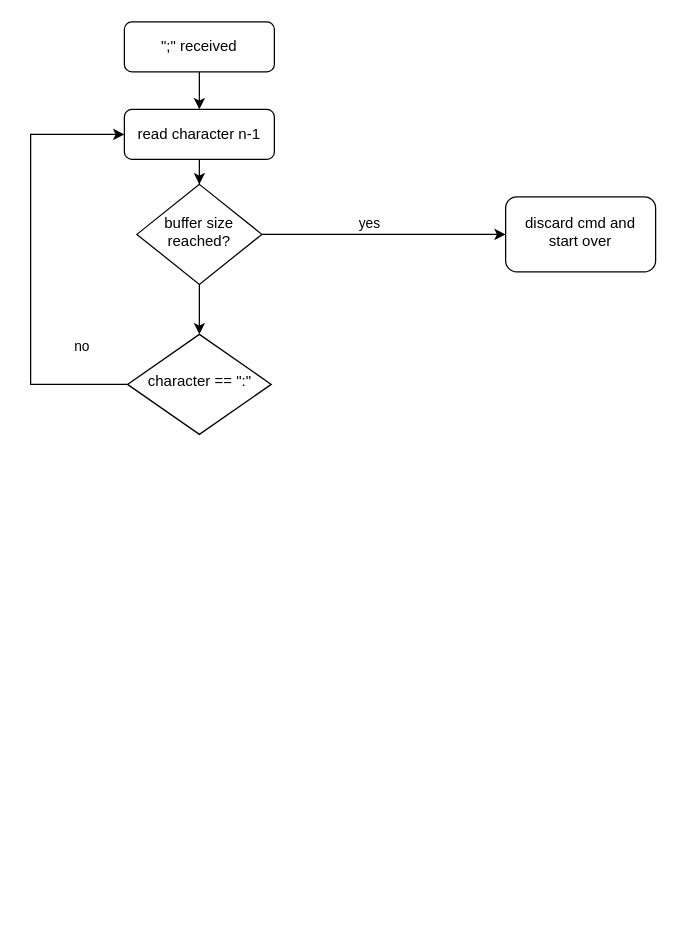
jpribyslavsky/g-amp keeps this draw.io diagram as Untitled Diagram.drawio. Above is the earlier version. Source tidied: cells renumbered, new cells numbered last; positions are measured from the earlier drawing's top-left corner, leaving out a move shared by most shapes. Both pictures are drawn from the tidied source at 125%, with x=0, y=0 at pixel (30, 21).
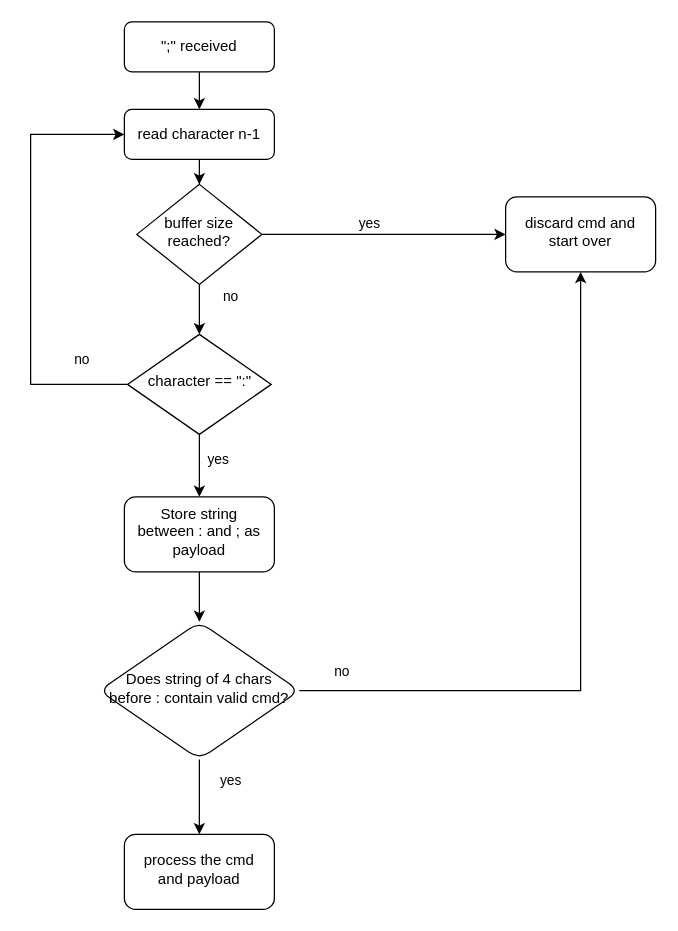
The same page after the edit.

The change refers to these unchanged cells:
```xml
<mxCell id="7" value="buffer size reached?" style="rhombus;whiteSpace=wrap;html=1;shadow=0;fontFamily=Helvetica;fontSize=12;align=center;strokeWidth=1;spacing=6;spacingTop=-4;" parent="1" vertex="1">
  <mxGeometry x="85" y="130" width="100" height="80" as="geometry" />
</mxCell>
<mxCell id="10" value="discard cmd and start over" style="rounded=1;whiteSpace=wrap;html=1;shadow=0;strokeWidth=1;spacing=6;spacingTop=-4;" parent="1" vertex="1">
  <mxGeometry x="380" y="140" width="120" height="60" as="geometry" />
</mxCell>
<mxCell id="11" style="edgeStyle=orthogonalEdgeStyle;rounded=0;jettySize=auto;html=1;entryX=1;entryY=0.5;entryDx=0;entryDy=0;exitX=0;exitY=0.5;exitDx=0;exitDy=0;" parent="1" edge="1" source="13" target="9">
  <mxGeometry relative="1" as="geometry">
    <Array as="points">
      <mxPoint y="290" />
      <mxPoint y="90" />
    </Array>
  </mxGeometry>
</mxCell>
<mxCell id="13" value="character == &quot;:&quot;" style="rhombus;whiteSpace=wrap;html=1;shadow=0;strokeWidth=1;spacing=6;spacingTop=-4;" parent="1" vertex="1">
  <mxGeometry x="77.5" y="250" width="115" height="80" as="geometry" />
</mxCell>
```

Change to the diagram source:
```diff
@@
-    <mxCell id="6" style="edgeStyle=orthogonalEdgeStyle;rounded=0;jettySize=auto;html=1;" parent="1" edge="1" source="7" target="13">
-      <mxGeometry relative="1" as="geometry" />
+    <mxCell id="6" value="no" style="edgeStyle=orthogonalEdgeStyle;rounded=0;jettySize=auto;html=1;" parent="1" edge="1" source="7" target="13">
+      <mxGeometry x="-0.5" y="25" relative="1" as="geometry" />
     </mxCell>
@@
     <mxCell id="12" value="no" style="edgeLabel;html=1;align=center;verticalAlign=middle;" parent="11" vertex="1">
       <mxGeometry x="-0.41" y="1" relative="1" as="geometry">
-        <mxPoint x="41" y="-4" as="offset" />
+        <mxPoint x="41" y="6" as="offset" />
       </mxGeometry>
     </mxCell>
+    <mxCell id="14" value="yes" style="edgeStyle=orthogonalEdgeStyle;rounded=0;jettySize=auto;html=1;" parent="1" edge="1" source="13" target="16">
+      <mxGeometry x="-0.2" y="15" relative="1" as="geometry" />
+    </mxCell>
@@
+    <mxCell id="15" style="edgeStyle=orthogonalEdgeStyle;rounded=0;jettySize=auto;html=1;" parent="1" edge="1" source="16" target="19">
+      <mxGeometry relative="1" as="geometry" />
+    </mxCell>
+    <mxCell id="16" value="Store string between : and ; as payload" style="rounded=1;whiteSpace=wrap;html=1;shadow=0;strokeWidth=1;spacing=6;spacingTop=-4;" parent="1" vertex="1">
+      <mxGeometry x="75" y="380" width="120" height="60" as="geometry" />
+    </mxCell>
+    <mxCell id="17" value="no" style="edgeStyle=orthogonalEdgeStyle;rounded=0;jettySize=auto;html=1;exitX=1;exitY=0.5;exitDx=0;exitDy=0;entryX=0.5;entryY=1;entryDx=0;entryDy=0;" parent="1" edge="1" source="19" target="10">
+      <mxGeometry x="-0.88" y="15" relative="1" as="geometry" />
+    </mxCell>
+    <mxCell id="18" value="yes" style="edgeStyle=orthogonalEdgeStyle;rounded=0;jettySize=auto;html=1;" parent="1" edge="1" source="19" target="20">
+      <mxGeometry x="-0.43" y="25" relative="1" as="geometry" />
+    </mxCell>
+    <mxCell id="19" value="Does string of 4 chars before : contain valid cmd?" style="rhombus;whiteSpace=wrap;html=1;rounded=1;shadow=0;strokeWidth=1;spacing=6;spacingTop=-4;" parent="1" vertex="1">
+      <mxGeometry x="55" y="480" width="160" height="110" as="geometry" />
+    </mxCell>
+    <mxCell id="20" value="process the cmd and payload" style="rounded=1;whiteSpace=wrap;html=1;shadow=0;strokeWidth=1;spacing=6;spacingTop=-4;" parent="1" vertex="1">
+      <mxGeometry x="75" y="650" width="120" height="60" as="geometry" />
+    </mxCell>
```
